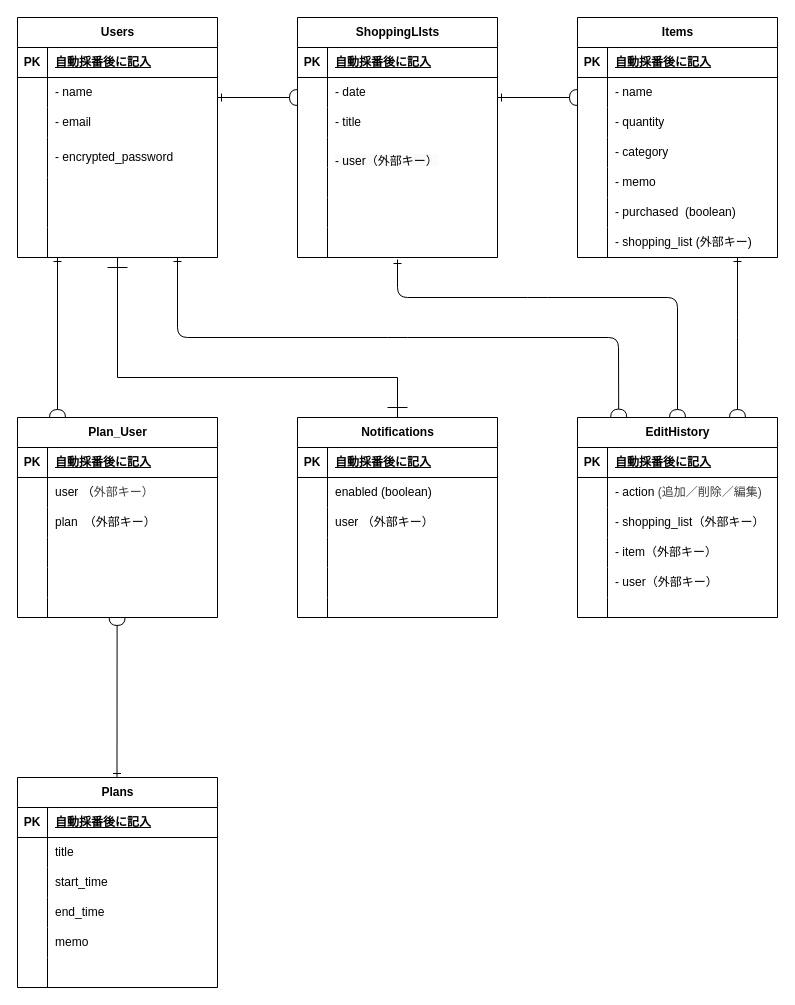
This is ER図.dio from wassyprince/shopping_days, a draw.io file, before an edit. Source tidied: cells renumbered, new cells numbered last; positions are measured from the earlier drawing's top-left corner, leaving out a move shared by most shapes. Both pictures are drawn from the tidied source at 100%, with x=0, y=0 at pixel (17, 17).
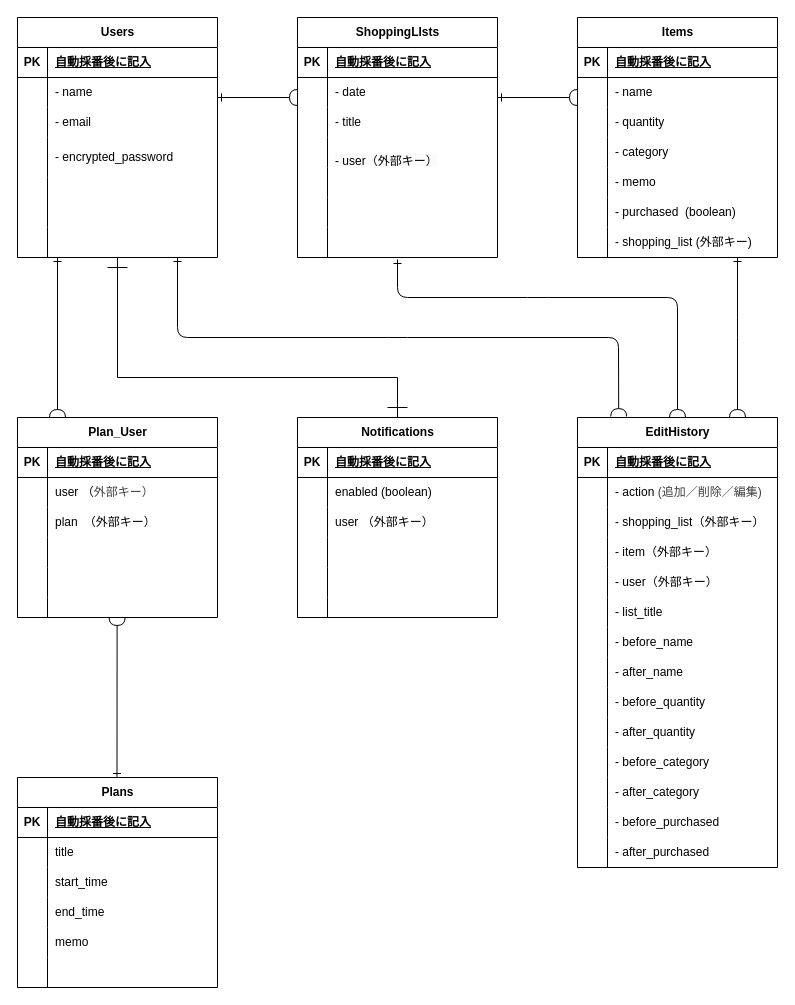
Above is the later version.

What changed in the source:
```diff
@@
     <mxCell id="40" value="EditHistory" style="shape=table;startSize=30;childLayout=tableLayout;rowLines=0;fontStyle=1;align=center;html=1;" parent="1" vertex="1">
-      <mxGeometry x="560" y="400" width="200" height="200" as="geometry" />
+      <mxGeometry x="560" y="400" width="200" height="450" as="geometry" />
     </mxCell>
@@
     <mxCell id="56" style="shape=tableRow;horizontal=0;startSize=0;swimlaneHead=0;swimlaneBody=0;fillColor=none;top=0;left=0;right=0;bottom=0;" parent="40" vertex="1">
-      <mxGeometry y="180" width="200" height="20" as="geometry" />
+      <mxGeometry y="180" width="200" height="30" as="geometry" />
     </mxCell>
     <mxCell id="57" style="shape=partialRectangle;fillColor=none;top=0;left=0;bottom=0;right=0;overflow=hidden;whiteSpace=wrap;html=1;" parent="56" vertex="1">
-      <mxGeometry width="30" height="20" as="geometry" />
+      <mxGeometry width="30" height="30" as="geometry" />
     </mxCell>
-    <mxCell id="58" style="shape=partialRectangle;fillColor=none;top=0;left=0;bottom=0;right=0;align=left;spacingLeft=6;overflow=hidden;whiteSpace=wrap;html=1;" parent="56" vertex="1">
-      <mxGeometry x="30" width="170" height="20" as="geometry" />
+    <mxCell id="58" value="- list_title" style="shape=partialRectangle;fillColor=none;top=0;left=0;bottom=0;right=0;align=left;spacingLeft=6;overflow=hidden;whiteSpace=wrap;html=1;" parent="56" vertex="1">
+      <mxGeometry x="30" width="170" height="30" as="geometry" />
     </mxCell>
+    <mxCell id="151" style="shape=tableRow;horizontal=0;startSize=0;swimlaneHead=0;swimlaneBody=0;fillColor=none;top=0;left=0;right=0;bottom=0;" parent="40" vertex="1">
+      <mxGeometry y="210" width="200" height="30" as="geometry" />
+    </mxCell>
+    <mxCell id="152" style="shape=partialRectangle;fillColor=none;top=0;left=0;bottom=0;right=0;overflow=hidden;whiteSpace=wrap;html=1;" parent="151" vertex="1">
+      <mxGeometry width="30" height="30" as="geometry" />
+    </mxCell>
+    <mxCell id="153" value="- before_name" style="shape=partialRectangle;fillColor=none;top=0;left=0;bottom=0;right=0;align=left;spacingLeft=6;overflow=hidden;whiteSpace=wrap;html=1;" parent="151" vertex="1">
+      <mxGeometry x="30" width="170" height="30" as="geometry" />
+    </mxCell>
+    <mxCell id="154" style="shape=tableRow;horizontal=0;startSize=0;swimlaneHead=0;swimlaneBody=0;fillColor=none;top=0;left=0;right=0;bottom=0;" parent="40" vertex="1">
+      <mxGeometry y="240" width="200" height="30" as="geometry" />
+    </mxCell>
+    <mxCell id="155" style="shape=partialRectangle;fillColor=none;top=0;left=0;bottom=0;right=0;overflow=hidden;whiteSpace=wrap;html=1;" parent="154" vertex="1">
+      <mxGeometry width="30" height="30" as="geometry" />
+    </mxCell>
+    <mxCell id="156" value="- after_name" style="shape=partialRectangle;fillColor=none;top=0;left=0;bottom=0;right=0;align=left;spacingLeft=6;overflow=hidden;whiteSpace=wrap;html=1;" parent="154" vertex="1">
+      <mxGeometry x="30" width="170" height="30" as="geometry" />
+    </mxCell>
+    <mxCell id="157" style="shape=tableRow;horizontal=0;startSize=0;swimlaneHead=0;swimlaneBody=0;fillColor=none;top=0;left=0;right=0;bottom=0;" parent="40" vertex="1">
+      <mxGeometry y="270" width="200" height="30" as="geometry" />
+    </mxCell>
+    <mxCell id="158" style="shape=partialRectangle;fillColor=none;top=0;left=0;bottom=0;right=0;overflow=hidden;whiteSpace=wrap;html=1;" parent="157" vertex="1">
+      <mxGeometry width="30" height="30" as="geometry" />
+    </mxCell>
+    <mxCell id="159" value="- before_quantity" style="shape=partialRectangle;fillColor=none;top=0;left=0;bottom=0;right=0;align=left;spacingLeft=6;overflow=hidden;whiteSpace=wrap;html=1;" parent="157" vertex="1">
+      <mxGeometry x="30" width="170" height="30" as="geometry" />
+    </mxCell>
+    <mxCell id="160" style="shape=tableRow;horizontal=0;startSize=0;swimlaneHead=0;swimlaneBody=0;fillColor=none;top=0;left=0;right=0;bottom=0;" parent="40" vertex="1">
+      <mxGeometry y="300" width="200" height="30" as="geometry" />
+    </mxCell>
+    <mxCell id="161" style="shape=partialRectangle;fillColor=none;top=0;left=0;bottom=0;right=0;overflow=hidden;whiteSpace=wrap;html=1;" parent="160" vertex="1">
+      <mxGeometry width="30" height="30" as="geometry" />
+    </mxCell>
+    <mxCell id="162" value="- after_quantity" style="shape=partialRectangle;fillColor=none;top=0;left=0;bottom=0;right=0;align=left;spacingLeft=6;overflow=hidden;whiteSpace=wrap;html=1;" parent="160" vertex="1">
+      <mxGeometry x="30" width="170" height="30" as="geometry" />
+    </mxCell>
+    <mxCell id="163" style="shape=tableRow;horizontal=0;startSize=0;swimlaneHead=0;swimlaneBody=0;fillColor=none;top=0;left=0;right=0;bottom=0;" parent="40" vertex="1">
+      <mxGeometry y="330" width="200" height="30" as="geometry" />
+    </mxCell>
+    <mxCell id="164" style="shape=partialRectangle;fillColor=none;top=0;left=0;bottom=0;right=0;overflow=hidden;whiteSpace=wrap;html=1;" parent="163" vertex="1">
+      <mxGeometry width="30" height="30" as="geometry" />
+    </mxCell>
+    <mxCell id="165" value="- before_category" style="shape=partialRectangle;fillColor=none;top=0;left=0;bottom=0;right=0;align=left;spacingLeft=6;overflow=hidden;whiteSpace=wrap;html=1;" parent="163" vertex="1">
+      <mxGeometry x="30" width="170" height="30" as="geometry" />
+    </mxCell>
+    <mxCell id="166" style="shape=tableRow;horizontal=0;startSize=0;swimlaneHead=0;swimlaneBody=0;fillColor=none;top=0;left=0;right=0;bottom=0;" parent="40" vertex="1">
+      <mxGeometry y="360" width="200" height="30" as="geometry" />
+    </mxCell>
+    <mxCell id="167" style="shape=partialRectangle;fillColor=none;top=0;left=0;bottom=0;right=0;overflow=hidden;whiteSpace=wrap;html=1;" parent="166" vertex="1">
+      <mxGeometry width="30" height="30" as="geometry" />
+    </mxCell>
+    <mxCell id="168" value="- after_category" style="shape=partialRectangle;fillColor=none;top=0;left=0;bottom=0;right=0;align=left;spacingLeft=6;overflow=hidden;whiteSpace=wrap;html=1;" parent="166" vertex="1">
+      <mxGeometry x="30" width="170" height="30" as="geometry" />
+    </mxCell>
+    <mxCell id="169" style="shape=tableRow;horizontal=0;startSize=0;swimlaneHead=0;swimlaneBody=0;fillColor=none;top=0;left=0;right=0;bottom=0;" parent="40" vertex="1">
+      <mxGeometry y="390" width="200" height="30" as="geometry" />
+    </mxCell>
+    <mxCell id="170" style="shape=partialRectangle;fillColor=none;top=0;left=0;bottom=0;right=0;overflow=hidden;whiteSpace=wrap;html=1;" parent="169" vertex="1">
+      <mxGeometry width="30" height="30" as="geometry" />
+    </mxCell>
+    <mxCell id="171" value="- before_purchased" style="shape=partialRectangle;fillColor=none;top=0;left=0;bottom=0;right=0;align=left;spacingLeft=6;overflow=hidden;whiteSpace=wrap;html=1;" parent="169" vertex="1">
+      <mxGeometry x="30" width="170" height="30" as="geometry" />
+    </mxCell>
+    <mxCell id="172" style="shape=tableRow;horizontal=0;startSize=0;swimlaneHead=0;swimlaneBody=0;fillColor=none;top=0;left=0;right=0;bottom=0;" parent="40" vertex="1">
+      <mxGeometry y="420" width="200" height="30" as="geometry" />
+    </mxCell>
+    <mxCell id="173" style="shape=partialRectangle;fillColor=none;top=0;left=0;bottom=0;right=0;overflow=hidden;whiteSpace=wrap;html=1;" parent="172" vertex="1">
+      <mxGeometry width="30" height="30" as="geometry" />
+    </mxCell>
+    <mxCell id="174" value="- after_purchased" style="shape=partialRectangle;fillColor=none;top=0;left=0;bottom=0;right=0;align=left;spacingLeft=6;overflow=hidden;whiteSpace=wrap;html=1;" parent="172" vertex="1">
+      <mxGeometry x="30" width="170" height="30" as="geometry" />
+    </mxCell>
```
